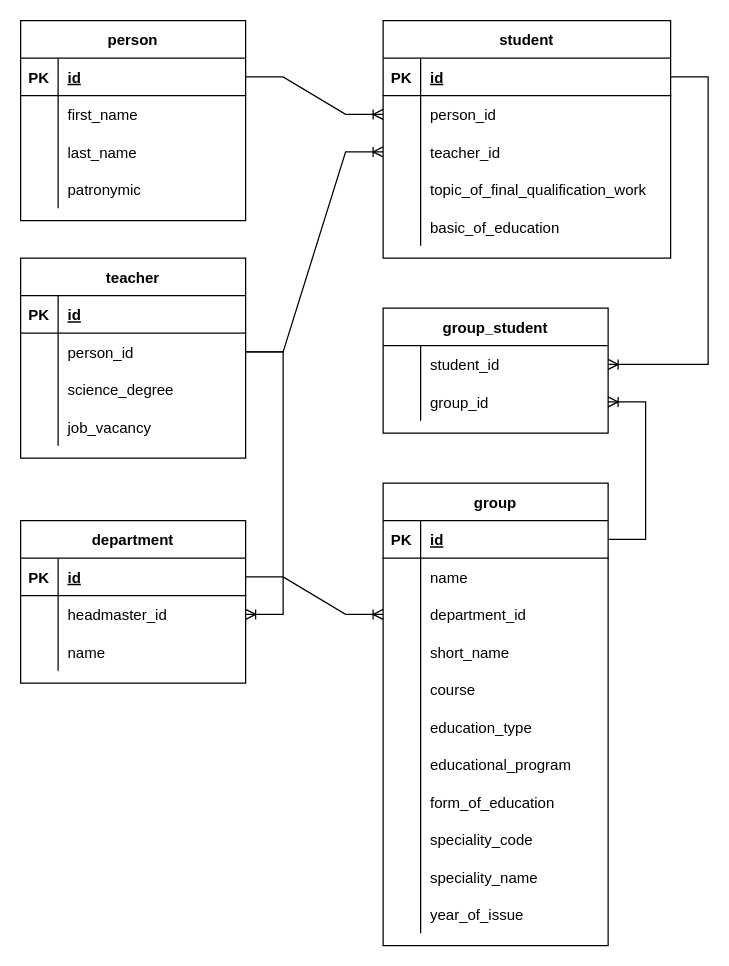
The draw.io diagram DatabaseSchema/erd.drawio in Kkamikadzee/DepartmentReport, before the edit. Source tidied: cells renumbered, new cells numbered last; positions are measured from the earlier drawing's top-left corner, leaving out a move shared by most shapes. Both pictures are drawn from the tidied source at 125%, with x=0, y=0 at pixel (20, 20).
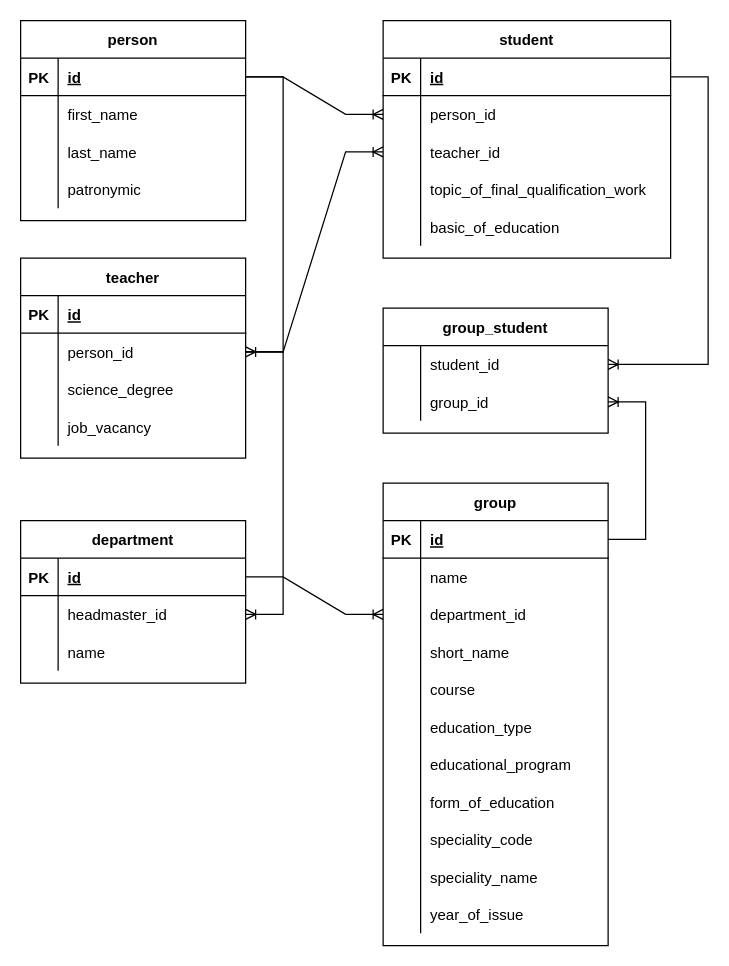
The same page after the edit.

The change refers to these unchanged cells:
```xml
<mxCell id="3" style="shape=tableRow;horizontal=0;startSize=0;swimlaneHead=0;swimlaneBody=0;fillColor=none;points=[[0,0.5],[1,0.5]];portConstraint=eastwest;top=0;left=0;right=0;bottom=1;" parent="2" vertex="1">
  <mxGeometry y="30" width="180" height="30" as="geometry" />
</mxCell>
<mxCell id="19" style="shape=tableRow;horizontal=0;startSize=0;swimlaneHead=0;swimlaneBody=0;fillColor=none;points=[[0,0.5],[1,0.5]];portConstraint=eastwest;top=0;left=0;right=0;bottom=0;" parent="15" vertex="1">
  <mxGeometry y="60" width="180" height="30" as="geometry" />
</mxCell>
```

The edit, as a diff of the source:
```diff
@@
+    <mxCell id="101" style="edgeStyle=entityRelationEdgeStyle;fontSize=12;html=1;endArrow=ERoneToMany;rounded=0;" parent="1" edge="1" source="3" target="19">
+      <mxGeometry relative="1" as="geometry" />
+    </mxCell>
```
